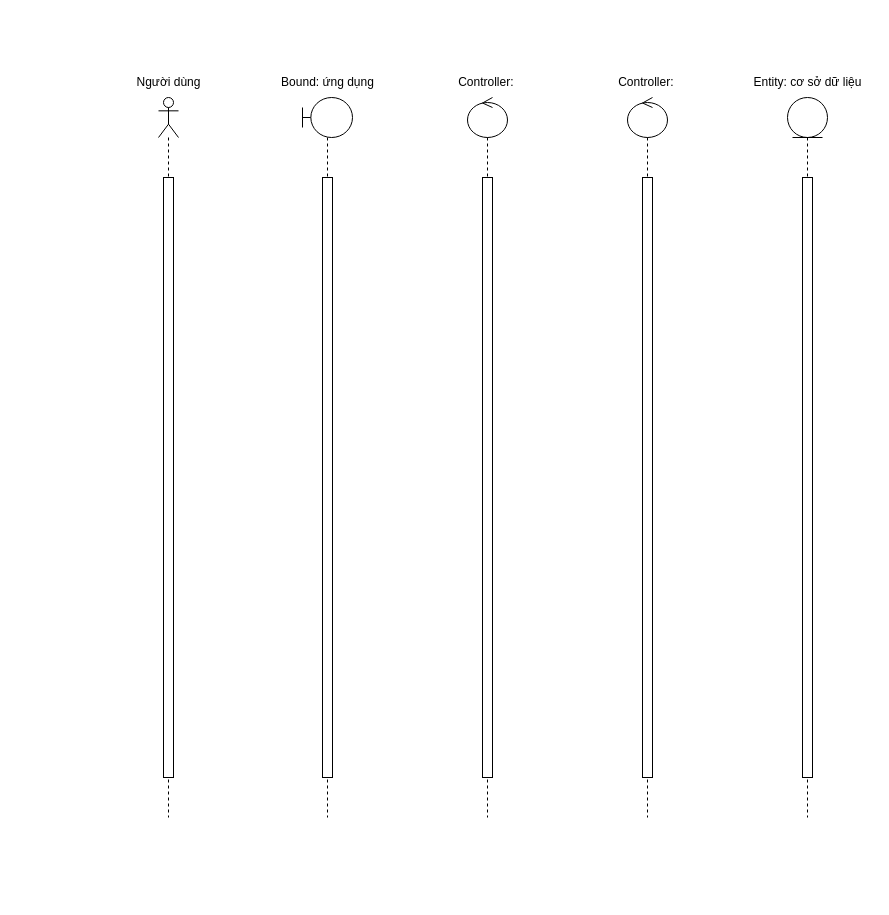
Before: page "Page-1" (2 of 4) of sequence_diagram.drawio in LTDat-HustK65/GP_main_system, a draw.io diagram. Source tidied: cells renumbered, new cells numbered last; positions are measured from the earlier drawing's top-left corner, leaving out a move shared by most shapes. Both pictures are drawn from the tidied source at 100%, with x=0, y=0 at pixel (123, 67).
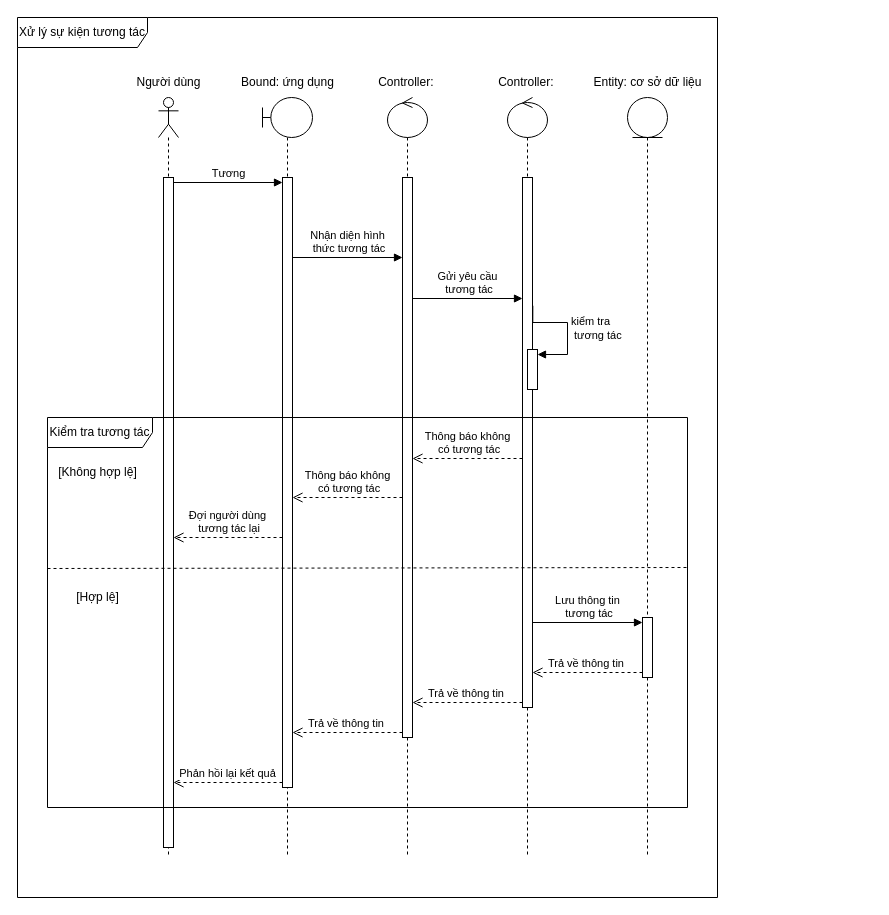
The same diagram, later.

What changed in the source:
```diff
@@
     <mxCell id="2" style="shape=umlLifeline;perimeter=lifelinePerimeter;whiteSpace=wrap;html=1;newEdgeStyle={&quot;curved&quot;:0,&quot;rounded&quot;:0};participant=umlActor;" parent="1" vertex="1">
-      <mxGeometry x="35" y="30" width="20" height="720" as="geometry" />
+      <mxGeometry x="35" y="30" width="20" height="760" as="geometry" />
     </mxCell>
     <mxCell id="3" style="html=1;points=[[0,0,0,0,5],[0,1,0,0,-5],[1,0,0,0,5],[1,1,0,0,-5]];perimeter=orthogonalPerimeter;outlineConnect=0;targetShapes=umlLifeline;portConstraint=eastwest;newEdgeStyle={&quot;curved&quot;:0,&quot;rounded&quot;:0};" parent="2" vertex="1">
-      <mxGeometry x="5" y="80" width="10" height="600" as="geometry" />
+      <mxGeometry x="5" y="80" width="10" height="670" as="geometry" />
     </mxCell>
     <mxCell id="4" style="shape=umlLifeline;perimeter=lifelinePerimeter;whiteSpace=wrap;html=1;newEdgeStyle={&quot;curved&quot;:0,&quot;rounded&quot;:0};participant=umlBoundary;" parent="1" vertex="1">
-      <mxGeometry x="179" y="30" width="50" height="720" as="geometry" />
+      <mxGeometry x="139" y="30" width="50" height="760" as="geometry" />
     </mxCell>
     <mxCell id="5" style="html=1;points=[[0,0,0,0,5],[0,1,0,0,-5],[1,0,0,0,5],[1,1,0,0,-5]];perimeter=orthogonalPerimeter;outlineConnect=0;targetShapes=umlLifeline;portConstraint=eastwest;newEdgeStyle={&quot;curved&quot;:0,&quot;rounded&quot;:0};" parent="4" vertex="1">
-      <mxGeometry x="20" y="80" width="10" height="600" as="geometry" />
+      <mxGeometry x="20" y="80" width="10" height="610" as="geometry" />
     </mxCell>
     <mxCell id="6" style="shape=umlLifeline;perimeter=lifelinePerimeter;whiteSpace=wrap;html=1;newEdgeStyle={&quot;curved&quot;:0,&quot;rounded&quot;:0};participant=umlEntity;" parent="1" vertex="1">
-      <mxGeometry x="664" y="30" width="40" height="720" as="geometry" />
+      <mxGeometry x="504" y="30" width="40" height="760" as="geometry" />
     </mxCell>
     <mxCell id="7" style="html=1;points=[[0,0,0,0,5],[0,1,0,0,-5],[1,0,0,0,5],[1,1,0,0,-5]];perimeter=orthogonalPerimeter;outlineConnect=0;targetShapes=umlLifeline;portConstraint=eastwest;newEdgeStyle={&quot;curved&quot;:0,&quot;rounded&quot;:0};" parent="6" vertex="1">
-      <mxGeometry x="15" y="80" width="10" height="600" as="geometry" />
+      <mxGeometry x="15" y="520" width="10" height="60" as="geometry" />
     </mxCell>
     <mxCell id="8" style="shape=umlLifeline;perimeter=lifelinePerimeter;whiteSpace=wrap;html=1;newEdgeStyle={&quot;curved&quot;:0,&quot;rounded&quot;:0};participant=umlControl;" parent="1" vertex="1">
-      <mxGeometry x="344" y="30" width="40" height="720" as="geometry" />
+      <mxGeometry x="264" y="30" width="40" height="760" as="geometry" />
     </mxCell>
     <mxCell id="9" style="html=1;points=[[0,0,0,0,5],[0,1,0,0,-5],[1,0,0,0,5],[1,1,0,0,-5]];perimeter=orthogonalPerimeter;outlineConnect=0;targetShapes=umlLifeline;portConstraint=eastwest;newEdgeStyle={&quot;curved&quot;:0,&quot;rounded&quot;:0};" parent="8" vertex="1">
-      <mxGeometry x="15" y="80" width="10" height="600" as="geometry" />
+      <mxGeometry x="15" y="80" width="10" height="560" as="geometry" />
     </mxCell>
@@
     <mxCell id="11" value="Bound: ứng dụng" style="text;html=1;align=center;verticalAlign=middle;strokeColor=none;fillColor=none;" parent="1" vertex="1">
-      <mxGeometry x="144" width="120" height="30" as="geometry" />
+      <mxGeometry x="104" width="120" height="30" as="geometry" />
     </mxCell>
     <mxCell id="12" value="Controller:&amp;nbsp;" style="text;html=1;align=center;verticalAlign=middle;strokeColor=none;fillColor=none;" parent="1" vertex="1">
-      <mxGeometry x="324" width="80" height="30" as="geometry" />
+      <mxGeometry x="244" width="80" height="30" as="geometry" />
     </mxCell>
     <mxCell id="13" style="shape=umlLifeline;perimeter=lifelinePerimeter;whiteSpace=wrap;html=1;newEdgeStyle={&quot;curved&quot;:0,&quot;rounded&quot;:0};participant=umlControl;" parent="1" vertex="1">
-      <mxGeometry x="504" y="30" width="40" height="720" as="geometry" />
+      <mxGeometry x="384" y="30" width="40" height="760" as="geometry" />
     </mxCell>
     <mxCell id="14" style="html=1;points=[[0,0,0,0,5],[0,1,0,0,-5],[1,0,0,0,5],[1,1,0,0,-5]];perimeter=orthogonalPerimeter;outlineConnect=0;targetShapes=umlLifeline;portConstraint=eastwest;newEdgeStyle={&quot;curved&quot;:0,&quot;rounded&quot;:0};" parent="13" vertex="1">
-      <mxGeometry x="15" y="80" width="10" height="600" as="geometry" />
+      <mxGeometry x="15" y="80" width="10" height="530" as="geometry" />
     </mxCell>
+    <mxCell id="17" style="html=1;points=[[0,0,0,0,5],[0,1,0,0,-5],[1,0,0,0,5],[1,1,0,0,-5]];perimeter=orthogonalPerimeter;outlineConnect=0;targetShapes=umlLifeline;portConstraint=eastwest;newEdgeStyle={&quot;curved&quot;:0,&quot;rounded&quot;:0};" parent="13" vertex="1">
+      <mxGeometry x="20" y="252" width="10" height="40" as="geometry" />
+    </mxCell>
+    <mxCell id="18" value="kiểm tra&lt;div&gt;&amp;nbsp;tương tác&lt;/div&gt;" style="html=1;align=left;spacingLeft=2;endArrow=block;rounded=0;edgeStyle=orthogonalEdgeStyle;curved=0;rounded=0;entryX=1;entryY=0;entryDx=0;entryDy=5;entryPerimeter=0;exitX=1.033;exitY=0.242;exitDx=0;exitDy=0;exitPerimeter=0;" parent="13" edge="1" source="14" target="17">
+      <mxGeometry relative="1" as="geometry">
+        <Array as="points">
+          <mxPoint x="60" y="225" />
+          <mxPoint x="60" y="257" />
+        </Array>
+      </mxGeometry>
+    </mxCell>
     <mxCell id="15" value="Controller:&amp;nbsp;" style="text;html=1;align=center;verticalAlign=middle;strokeColor=none;fillColor=none;" parent="1" vertex="1">
-      <mxGeometry x="484" width="80" height="30" as="geometry" />
+      <mxGeometry x="364" width="80" height="30" as="geometry" />
     </mxCell>
     <mxCell id="16" value="Entity: cơ sở dữ liệu" style="text;html=1;align=center;verticalAlign=middle;strokeColor=none;fillColor=none;" parent="1" vertex="1">
-      <mxGeometry x="619" width="130" height="30" as="geometry" />
+      <mxGeometry x="459" width="130" height="30" as="geometry" />
     </mxCell>
+    <mxCell id="19" value="Tương" style="html=1;verticalAlign=bottom;endArrow=block;curved=0;rounded=0;exitX=1;exitY=0;exitDx=0;exitDy=5;exitPerimeter=0;entryX=0;entryY=0;entryDx=0;entryDy=5;entryPerimeter=0;" parent="1" edge="1" source="3" target="5">
+      <mxGeometry relative="1" as="geometry" />
+    </mxCell>
+    <mxCell id="20" value="Nhận diện hình&lt;div&gt;&amp;nbsp;thức tương tác&lt;/div&gt;" style="html=1;verticalAlign=bottom;endArrow=block;curved=0;rounded=0;" parent="1" edge="1">
+      <mxGeometry relative="1" as="geometry">
+        <mxPoint x="169" y="190" as="sourcePoint" />
+        <mxPoint x="279" y="190" as="targetPoint" />
+      </mxGeometry>
+    </mxCell>
+    <mxCell id="21" value="Gửi yêu cầu&lt;div&gt;&amp;nbsp;tương tác&lt;/div&gt;" style="html=1;verticalAlign=bottom;endArrow=block;curved=0;rounded=0;" parent="1" edge="1">
+      <mxGeometry relative="1" as="geometry">
+        <mxPoint x="289" y="231" as="sourcePoint" />
+        <mxPoint x="399" y="231" as="targetPoint" />
+      </mxGeometry>
+    </mxCell>
+    <mxCell id="22" value="Xử lý sự kiện tương tác" style="shape=umlFrame;whiteSpace=wrap;html=1;width=130;height=30;" parent="1" vertex="1">
+      <mxGeometry x="-106" y="-50" width="700" height="880" as="geometry" />
+    </mxCell>
+    <mxCell id="23" value="Kiểm tra tương tác" style="shape=umlFrame;whiteSpace=wrap;html=1;width=105;height=30;" parent="1" vertex="1">
+      <mxGeometry x="-76" y="350" width="640" height="390" as="geometry" />
+    </mxCell>
+    <mxCell id="24" style="endArrow=none;dashed=1;html=1;rounded=0;exitX=0;exitY=0.5;exitDx=0;exitDy=0;exitPerimeter=0;" parent="1" edge="1">
+      <mxGeometry relative="1" as="geometry">
+        <mxPoint x="-76" y="501" as="sourcePoint" />
+        <mxPoint x="564" y="500" as="targetPoint" />
+      </mxGeometry>
+    </mxCell>
+    <mxCell id="25" value="[Không hợp lệ]" style="text;html=1;align=center;verticalAlign=middle;strokeColor=none;fillColor=none;" parent="1" vertex="1">
+      <mxGeometry x="-76" y="390" width="100" height="30" as="geometry" />
+    </mxCell>
+    <mxCell id="26" value="Thông báo không&lt;div&gt;&amp;nbsp;có tương tác&lt;/div&gt;" style="html=1;verticalAlign=bottom;endArrow=open;dashed=1;endSize=8;curved=0;rounded=0;" parent="1" edge="1">
+      <mxGeometry relative="1" as="geometry">
+        <mxPoint x="399" y="391" as="sourcePoint" />
+        <mxPoint x="289" y="391" as="targetPoint" />
+      </mxGeometry>
+    </mxCell>
+    <mxCell id="27" value="Thông báo không&lt;div&gt;&amp;nbsp;có tương tác&lt;/div&gt;" style="html=1;verticalAlign=bottom;endArrow=open;dashed=1;endSize=8;curved=0;rounded=0;" parent="1" edge="1">
+      <mxGeometry relative="1" as="geometry">
+        <mxPoint x="279" y="430" as="sourcePoint" />
+        <mxPoint x="169" y="430" as="targetPoint" />
+      </mxGeometry>
+    </mxCell>
+    <mxCell id="28" value="Đợi người dùng&lt;div&gt;&amp;nbsp;tương tác lại&lt;/div&gt;" style="html=1;verticalAlign=bottom;endArrow=open;dashed=1;endSize=8;curved=0;rounded=0;" parent="1" edge="1">
+      <mxGeometry relative="1" as="geometry">
+        <mxPoint x="159" y="470" as="sourcePoint" />
+        <mxPoint x="50" y="470" as="targetPoint" />
+      </mxGeometry>
+    </mxCell>
+    <mxCell id="29" value="[Hợp lệ]" style="text;html=1;align=center;verticalAlign=middle;strokeColor=none;fillColor=none;" parent="1" vertex="1">
+      <mxGeometry x="-61" y="515" width="70" height="30" as="geometry" />
+    </mxCell>
+    <mxCell id="30" value="Lưu thông tin&lt;div&gt;&amp;nbsp;tương tác&lt;/div&gt;" style="html=1;verticalAlign=bottom;endArrow=block;curved=0;rounded=0;entryX=0;entryY=0;entryDx=0;entryDy=5;entryPerimeter=0;" parent="1" edge="1" source="14" target="7">
+      <mxGeometry relative="1" as="geometry" />
+    </mxCell>
+    <mxCell id="31" value="Trả về thông tin&amp;nbsp;" style="html=1;verticalAlign=bottom;endArrow=open;dashed=1;endSize=8;curved=0;rounded=0;exitX=0;exitY=1;exitDx=0;exitDy=-5;exitPerimeter=0;" parent="1" edge="1" source="7" target="14">
+      <mxGeometry relative="1" as="geometry" />
+    </mxCell>
+    <mxCell id="32" value="Trả về thông tin&amp;nbsp;" style="html=1;verticalAlign=bottom;endArrow=open;dashed=1;endSize=8;curved=0;rounded=0;exitX=0;exitY=1;exitDx=0;exitDy=-5;exitPerimeter=0;" parent="1" edge="1" source="14" target="9">
+      <mxGeometry relative="1" as="geometry" />
+    </mxCell>
+    <mxCell id="33" value="Trả về thông tin&amp;nbsp;" style="html=1;verticalAlign=bottom;endArrow=open;dashed=1;endSize=8;curved=0;rounded=0;exitX=0;exitY=1;exitDx=0;exitDy=-5;exitPerimeter=0;" parent="1" edge="1" source="9" target="5">
+      <mxGeometry relative="1" as="geometry" />
+    </mxCell>
+    <mxCell id="34" value="Phản hồi lại kết quả" style="html=1;verticalAlign=bottom;endArrow=open;dashed=1;endSize=8;curved=0;rounded=0;exitX=0;exitY=1;exitDx=0;exitDy=-5;exitPerimeter=0;" parent="1" edge="1" source="5" target="3">
+      <mxGeometry relative="1" as="geometry" />
+    </mxCell>
```
